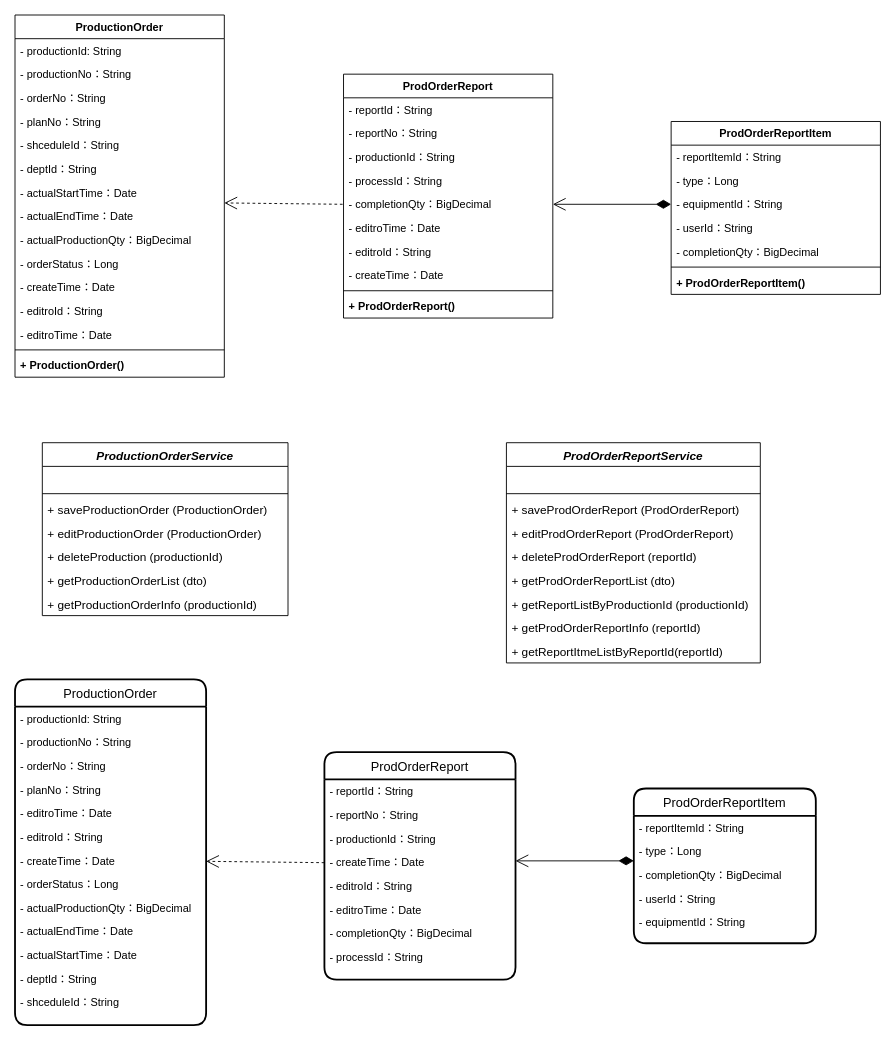
Earlier version of the draw.io diagram page "领料单" (1 of 4) of 类图.drawio (KNAI-I/test). Source tidied: cells renumbered, new cells numbered last; positions are measured from the earlier drawing's top-left corner, leaving out a move shared by most shapes. Both pictures are drawn from the tidied source at 91%, with x=0, y=0 at pixel (15, 15).
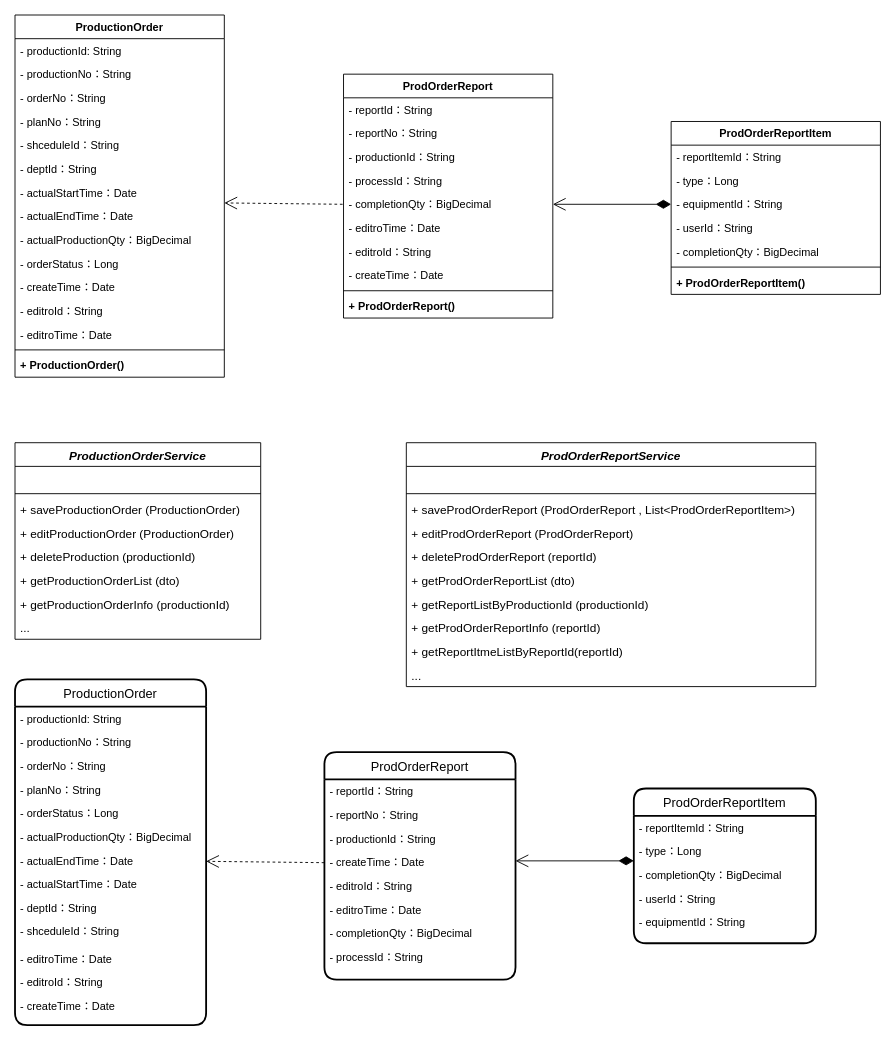
After the change.

Unchanged cells that the change refers to:
```xml
<mxCell id="57" value="ProductionOrder" style="swimlane;horizontal=1;startSize=30;rounded=1;fontSize=14;fontStyle=0;strokeWidth=2;shadow=0;dashed=0;align=center;" parent="1" vertex="1">
  <mxGeometry y="730" width="210" height="380" as="geometry" />
</mxCell>
```

Diff of the diagram source:
```diff
@@
     <mxCell id="39" value="ProductionOrderService" style="swimlane;fontStyle=3;align=center;verticalAlign=top;horizontal=1;startSize=26;fontSize=13;" parent="1" vertex="1">
-      <mxGeometry x="30" y="470" width="270" height="190" as="geometry" />
+      <mxGeometry y="470" width="270" height="216" as="geometry" />
     </mxCell>
@@
+    <mxCell id="88" value="..." style="text;strokeColor=none;fillColor=none;align=left;verticalAlign=top;spacingLeft=4;spacingRight=4;overflow=hidden;fontSize=13;" parent="39" vertex="1">
+      <mxGeometry y="190" width="270" height="26" as="geometry" />
+    </mxCell>
     <mxCell id="47" value="ProdOrderReportService" style="swimlane;fontStyle=3;align=center;verticalAlign=top;horizontal=1;startSize=26;fontSize=13;" parent="1" vertex="1">
-      <mxGeometry x="540" y="470" width="279" height="242" as="geometry" />
+      <mxGeometry x="430" y="470" width="450" height="268" as="geometry" />
     </mxCell>
     <mxCell id="48" value=" " style="text;strokeColor=none;fillColor=none;align=left;verticalAlign=top;spacingLeft=4;spacingRight=4;overflow=hidden;fontSize=13;" parent="47" vertex="1">
-      <mxGeometry y="26" width="279" height="26" as="geometry" />
+      <mxGeometry y="26" width="450" height="26" as="geometry" />
     </mxCell>
     <mxCell id="49" style="line;strokeWidth=1;fillColor=none;align=left;verticalAlign=middle;spacingTop=-1;spacingLeft=3;spacingRight=3;labelPosition=right;fontSize=13;" parent="47" vertex="1">
-      <mxGeometry y="52" width="279" height="8" as="geometry" />
+      <mxGeometry y="52" width="450" height="8" as="geometry" />
     </mxCell>
-    <mxCell id="50" value="+ saveProdOrderReport (ProdOrderReport)" style="text;strokeColor=none;fillColor=none;align=left;verticalAlign=top;spacingLeft=4;spacingRight=4;overflow=hidden;fontSize=13;" parent="47" vertex="1">
-      <mxGeometry y="60" width="279" height="26" as="geometry" />
+    <mxCell id="50" value="+ saveProdOrderReport (ProdOrderReport , List&lt;ProdOrderReportItem&gt;)" style="text;strokeColor=none;fillColor=none;align=left;verticalAlign=top;spacingLeft=4;spacingRight=4;overflow=hidden;fontSize=13;" parent="47" vertex="1">
+      <mxGeometry y="60" width="450" height="26" as="geometry" />
     </mxCell>
     <mxCell id="51" value="+ editProdOrderReport (ProdOrderReport)" style="text;strokeColor=none;fillColor=none;align=left;verticalAlign=top;spacingLeft=4;spacingRight=4;overflow=hidden;fontSize=13;" parent="47" vertex="1">
-      <mxGeometry y="86" width="279" height="26" as="geometry" />
+      <mxGeometry y="86" width="450" height="26" as="geometry" />
     </mxCell>
     <mxCell id="52" value="+ deleteProdOrderReport (reportId)" style="text;strokeColor=none;fillColor=none;align=left;verticalAlign=top;spacingLeft=4;spacingRight=4;overflow=hidden;fontSize=13;" parent="47" vertex="1">
-      <mxGeometry y="112" width="279" height="26" as="geometry" />
+      <mxGeometry y="112" width="450" height="26" as="geometry" />
     </mxCell>
     <mxCell id="53" value="+ getProdOrderReportList (dto)" style="text;strokeColor=none;fillColor=none;align=left;verticalAlign=top;spacingLeft=4;spacingRight=4;overflow=hidden;fontSize=13;" parent="47" vertex="1">
-      <mxGeometry y="138" width="279" height="26" as="geometry" />
+      <mxGeometry y="138" width="450" height="26" as="geometry" />
     </mxCell>
     <mxCell id="54" value="+ getReportListByProductionId (productionId)" style="text;strokeColor=none;fillColor=none;align=left;verticalAlign=top;spacingLeft=4;spacingRight=4;overflow=hidden;fontSize=13;" parent="47" vertex="1">
-      <mxGeometry y="164" width="279" height="26" as="geometry" />
+      <mxGeometry y="164" width="450" height="26" as="geometry" />
     </mxCell>
     <mxCell id="55" value="+ getProdOrderReportInfo (reportId)" style="text;strokeColor=none;fillColor=none;align=left;verticalAlign=top;spacingLeft=4;spacingRight=4;overflow=hidden;fontSize=13;" parent="47" vertex="1">
-      <mxGeometry y="190" width="279" height="26" as="geometry" />
+      <mxGeometry y="190" width="450" height="26" as="geometry" />
     </mxCell>
     <mxCell id="56" value="+ getReportItmeListByReportId(reportId)" style="text;strokeColor=none;fillColor=none;align=left;verticalAlign=top;spacingLeft=4;spacingRight=4;overflow=hidden;fontSize=13;" parent="47" vertex="1">
-      <mxGeometry y="216" width="279" height="26" as="geometry" />
+      <mxGeometry y="216" width="450" height="26" as="geometry" />
     </mxCell>
+    <mxCell id="89" value="..." style="text;strokeColor=none;fillColor=none;align=left;verticalAlign=top;spacingLeft=4;spacingRight=4;overflow=hidden;fontSize=13;" parent="47" vertex="1">
+      <mxGeometry y="242" width="450" height="26" as="geometry" />
+    </mxCell>
@@
-    <mxCell id="62" value="- editroTime：Date" style="text;strokeColor=none;fillColor=none;align=left;verticalAlign=top;spacingLeft=4;spacingRight=4;overflow=hidden;" parent="57" vertex="1">
-      <mxGeometry y="134" width="210" height="26" as="geometry" />
-    </mxCell>
-    <mxCell id="63" value="- editroId：String" style="text;strokeColor=none;fillColor=none;align=left;verticalAlign=top;spacingLeft=4;spacingRight=4;overflow=hidden;" parent="57" vertex="1">
-      <mxGeometry y="160" width="210" height="26" as="geometry" />
-    </mxCell>
-    <mxCell id="64" value="- createTime：Date" style="text;strokeColor=none;fillColor=none;align=left;verticalAlign=top;spacingLeft=4;spacingRight=4;overflow=hidden;" parent="57" vertex="1">
-      <mxGeometry y="186" width="210" height="26" as="geometry" />
-    </mxCell>
     <mxCell id="65" value="- orderStatus：Long" style="text;strokeColor=none;fillColor=none;align=left;verticalAlign=top;spacingLeft=4;spacingRight=4;overflow=hidden;" parent="57" vertex="1">
-      <mxGeometry y="212" width="210" height="26" as="geometry" />
+      <mxGeometry y="134" width="210" height="26" as="geometry" />
     </mxCell>
     <mxCell id="66" value="- actualProductionQty：BigDecimal" style="text;strokeColor=none;fillColor=none;align=left;verticalAlign=top;spacingLeft=4;spacingRight=4;overflow=hidden;" parent="57" vertex="1">
-      <mxGeometry y="238" width="210" height="26" as="geometry" />
+      <mxGeometry y="160" width="210" height="26" as="geometry" />
     </mxCell>
     <mxCell id="67" value="- actualEndTime：Date" style="text;strokeColor=none;fillColor=none;align=left;verticalAlign=top;spacingLeft=4;spacingRight=4;overflow=hidden;" parent="57" vertex="1">
-      <mxGeometry y="264" width="210" height="26" as="geometry" />
+      <mxGeometry y="186" width="210" height="26" as="geometry" />
     </mxCell>
     <mxCell id="68" value="- actualStartTime：Date" style="text;strokeColor=none;fillColor=none;align=left;verticalAlign=top;spacingLeft=4;spacingRight=4;overflow=hidden;" parent="57" vertex="1">
-      <mxGeometry y="290" width="210" height="26" as="geometry" />
+      <mxGeometry y="212" width="210" height="26" as="geometry" />
     </mxCell>
     <mxCell id="69" value="- deptId：String" style="text;strokeColor=none;fillColor=none;align=left;verticalAlign=top;spacingLeft=4;spacingRight=4;overflow=hidden;" parent="57" vertex="1">
-      <mxGeometry y="316" width="210" height="26" as="geometry" />
+      <mxGeometry y="238" width="210" height="26" as="geometry" />
     </mxCell>
     <mxCell id="70" value="- shceduleId：String" style="text;strokeColor=none;fillColor=none;align=left;verticalAlign=top;spacingLeft=4;spacingRight=4;overflow=hidden;" parent="57" vertex="1">
-      <mxGeometry y="342" width="210" height="38" as="geometry" />
+      <mxGeometry y="264" width="210" height="30" as="geometry" />
     </mxCell>
+    <mxCell id="62" value="- editroTime：Date" style="text;strokeColor=none;fillColor=none;align=left;verticalAlign=top;spacingLeft=4;spacingRight=4;overflow=hidden;" parent="57" vertex="1">
+      <mxGeometry y="294" width="210" height="26" as="geometry" />
+    </mxCell>
+    <mxCell id="63" value="- editroId：String" style="text;strokeColor=none;fillColor=none;align=left;verticalAlign=top;spacingLeft=4;spacingRight=4;overflow=hidden;" parent="57" vertex="1">
+      <mxGeometry y="320" width="210" height="26" as="geometry" />
+    </mxCell>
+    <mxCell id="64" value="- createTime：Date" style="text;strokeColor=none;fillColor=none;align=left;verticalAlign=top;spacingLeft=4;spacingRight=4;overflow=hidden;" parent="57" vertex="1">
+      <mxGeometry y="346" width="210" height="34" as="geometry" />
+    </mxCell>
```
